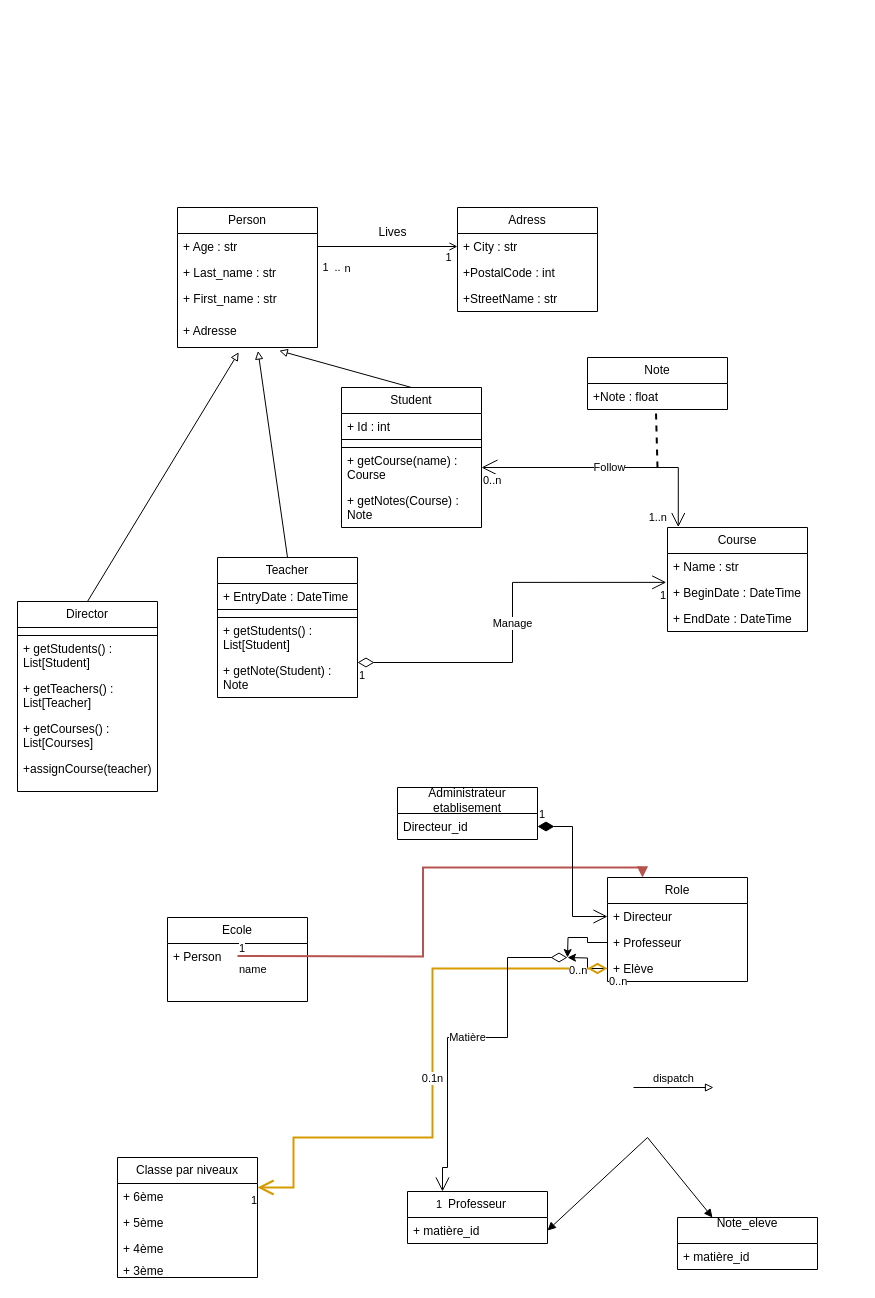
The draw.io diagram gestion_ecole.drawio in johandeschamps/gestion_ecole, before the edit. Source tidied: cells renumbered, new cells numbered last; positions are measured from the earlier drawing's top-left corner, leaving out a move shared by most shapes. Both pictures are drawn from the tidied source at 100%, with x=0, y=0 at pixel (17, 207).
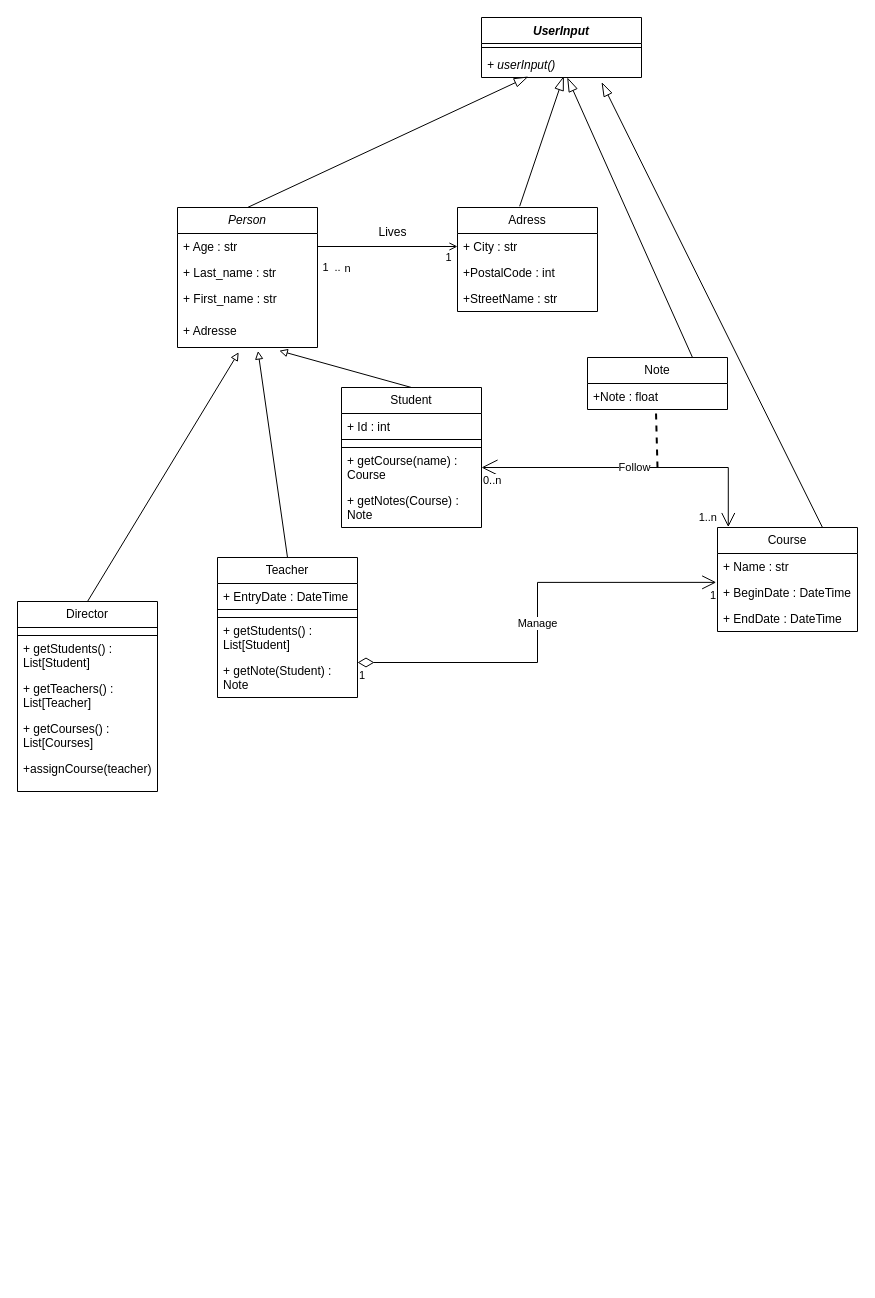
Above is the later version.

Unchanged cells that the change refers to:
```xml
<mxCell id="38" value="&lt;span style=&quot;text-align: left;&quot;&gt;Adress&lt;/span&gt;" style="swimlane;fontStyle=0;horizontal=1;startSize=26;fillColor=none;whiteSpace=wrap;html=1;" parent="1" vertex="1">
  <mxGeometry x="440" width="140" height="104" as="geometry" />
</mxCell>
<mxCell id="71" value="Note" style="swimlane;fontStyle=0;horizontal=1;startSize=26;fillColor=none;whiteSpace=wrap;html=1;" parent="1" vertex="1">
  <mxGeometry x="570" y="150" width="140" height="52" as="geometry" />
</mxCell>
```

What changed in the source:
```diff
@@
-    <mxCell id="2" value="Ecole" style="swimlane;fontStyle=0;horizontal=1;startSize=26;fillColor=none;whiteSpace=wrap;html=1;" parent="1" vertex="1">
-      <mxGeometry x="150" y="710" width="140" height="84" as="geometry" />
-    </mxCell>
-    <mxCell id="3" value="+ Person" style="text;strokeColor=none;fillColor=none;align=left;verticalAlign=top;spacingLeft=4;spacingRight=4;overflow=hidden;whiteSpace=wrap;html=1;" parent="2" vertex="1">
-      <mxGeometry y="26" width="140" height="26" as="geometry" />
-    </mxCell>
-    <mxCell id="4" value="name" style="endArrow=block;endFill=1;html=1;edgeStyle=orthogonalEdgeStyle;align=left;verticalAlign=top;rounded=0;entryX=0.25;entryY=0;entryDx=0;entryDy=0;fillColor=#f8cecc;strokeColor=#b85450;strokeWidth=2;" parent="2" edge="1" target="12">
-      <mxGeometry x="-1" relative="1" as="geometry">
-        <mxPoint x="70" y="38.5" as="sourcePoint" />
-      </mxGeometry>
-    </mxCell>
-    <mxCell id="5" value="1" style="edgeLabel;html=1;align=left;verticalAlign=bottom;" parent="4" vertex="1">
-      <mxGeometry x="-1" relative="1" as="geometry" />
-    </mxCell>
-    <mxCell id="6" value="&lt;div&gt;&lt;div&gt;&lt;br&gt;&lt;/div&gt;&lt;/div&gt;" style="text;strokeColor=none;fillColor=none;align=left;verticalAlign=top;spacingLeft=4;spacingRight=4;overflow=hidden;whiteSpace=wrap;html=1;" parent="2" vertex="1">
-      <mxGeometry y="52" width="140" height="32" as="geometry" />
-    </mxCell>
-    <mxCell id="7" value="Classe par niveaux" style="swimlane;fontStyle=0;horizontal=1;startSize=26;fillColor=none;whiteSpace=wrap;html=1;" parent="1" vertex="1">
-      <mxGeometry x="100" y="950" width="140" height="120" as="geometry" />
-    </mxCell>
-    <mxCell id="8" value="+ 6ème" style="text;strokeColor=none;fillColor=none;align=left;verticalAlign=top;spacingLeft=4;spacingRight=4;overflow=hidden;whiteSpace=wrap;html=1;" parent="7" vertex="1">
-      <mxGeometry y="26" width="140" height="26" as="geometry" />
-    </mxCell>
-    <mxCell id="9" value="+ 5ème" style="text;strokeColor=none;fillColor=none;align=left;verticalAlign=top;spacingLeft=4;spacingRight=4;overflow=hidden;whiteSpace=wrap;html=1;" parent="7" vertex="1">
-      <mxGeometry y="52" width="140" height="26" as="geometry" />
-    </mxCell>
-    <mxCell id="10" value="+ 4ème" style="text;strokeColor=none;fillColor=none;align=left;verticalAlign=top;spacingLeft=4;spacingRight=4;overflow=hidden;whiteSpace=wrap;html=1;" parent="7" vertex="1">
-      <mxGeometry y="78" width="140" height="22" as="geometry" />
-    </mxCell>
-    <mxCell id="11" value="+ 3ème" style="text;strokeColor=none;fillColor=none;align=left;verticalAlign=top;spacingLeft=4;spacingRight=4;overflow=hidden;whiteSpace=wrap;html=1;" parent="7" vertex="1">
-      <mxGeometry y="100" width="140" height="20" as="geometry" />
-    </mxCell>
-    <mxCell id="12" value="Role" style="swimlane;fontStyle=0;horizontal=1;startSize=26;fillColor=none;whiteSpace=wrap;html=1;" parent="1" vertex="1">
-      <mxGeometry x="590" y="670" width="140" height="104" as="geometry" />
-    </mxCell>
-    <mxCell id="13" value="+ Directeur" style="text;strokeColor=none;fillColor=none;align=left;verticalAlign=top;spacingLeft=4;spacingRight=4;overflow=hidden;points=[[0,0.5],[1,0.5]];portConstraint=eastwest;whiteSpace=wrap;html=1;" parent="12" vertex="1">
-      <mxGeometry y="26" width="140" height="26" as="geometry" />
-    </mxCell>
-    <mxCell id="14" style="edgeStyle=orthogonalEdgeStyle;rounded=0;jettySize=auto;html=1;exitX=0;exitY=0.5;exitDx=0;exitDy=0;" parent="12" edge="1" source="15">
-      <mxGeometry relative="1" as="geometry">
-        <mxPoint x="-40" y="80" as="targetPoint" />
-      </mxGeometry>
-    </mxCell>
-    <mxCell id="15" value="+ Professeur" style="text;strokeColor=none;fillColor=none;align=left;verticalAlign=top;spacingLeft=4;spacingRight=4;overflow=hidden;points=[[0,0.5],[1,0.5]];portConstraint=eastwest;whiteSpace=wrap;html=1;" parent="12" vertex="1">
-      <mxGeometry y="52" width="140" height="26" as="geometry" />
-    </mxCell>
-    <mxCell id="16" style="edgeStyle=orthogonalEdgeStyle;rounded=0;jettySize=auto;html=1;exitX=0;exitY=0.5;exitDx=0;exitDy=0;" parent="12" edge="1" source="17">
-      <mxGeometry relative="1" as="geometry">
-        <mxPoint x="-40" y="80" as="targetPoint" />
-      </mxGeometry>
-    </mxCell>
-    <mxCell id="17" value="+ Elève" style="text;strokeColor=none;fillColor=none;align=left;verticalAlign=top;spacingLeft=4;spacingRight=4;overflow=hidden;points=[[0,0.5],[1,0.5]];portConstraint=eastwest;whiteSpace=wrap;html=1;" parent="12" vertex="1">
-      <mxGeometry y="78" width="140" height="26" as="geometry" />
-    </mxCell>
-    <mxCell id="18" value="0.1n" style="endArrow=open;html=1;endSize=12;startArrow=diamondThin;startSize=14;startFill=0;edgeStyle=orthogonalEdgeStyle;rounded=0;exitX=0;exitY=0.5;exitDx=0;exitDy=0;entryX=1;entryY=0.25;entryDx=0;entryDy=0;strokeWidth=2;fillColor=#ffe6cc;strokeColor=#d79b00;" parent="1" edge="1" source="17" target="7">
-      <mxGeometry relative="1" as="geometry">
-        <Array as="points">
-          <mxPoint x="415" y="761" />
-          <mxPoint x="415" y="930" />
-          <mxPoint x="276" y="930" />
-          <mxPoint x="276" y="980" />
-        </Array>
-      </mxGeometry>
-    </mxCell>
-    <mxCell id="19" value="0..n" style="edgeLabel;html=1;align=left;verticalAlign=top;" parent="18" vertex="1">
-      <mxGeometry x="-1" relative="1" as="geometry" />
-    </mxCell>
-    <mxCell id="20" value="1" style="edgeLabel;html=1;align=right;verticalAlign=top;" parent="18" vertex="1">
-      <mxGeometry x="1" relative="1" as="geometry" />
-    </mxCell>
-    <mxCell id="21" value="Note_eleve&lt;div&gt;&lt;br&gt;&lt;/div&gt;" style="swimlane;fontStyle=0;horizontal=1;startSize=26;fillColor=none;whiteSpace=wrap;html=1;" parent="1" vertex="1">
-      <mxGeometry x="660" y="1010" width="140" height="52" as="geometry" />
-    </mxCell>
-    <mxCell id="22" value="+ matière_id" style="text;strokeColor=none;fillColor=none;align=left;verticalAlign=top;spacingLeft=4;spacingRight=4;overflow=hidden;whiteSpace=wrap;html=1;" parent="21" vertex="1">
-      <mxGeometry y="26" width="140" height="26" as="geometry" />
-    </mxCell>
-    <mxCell id="23" style="endArrow=block;startArrow=block;endFill=1;startFill=1;html=1;rounded=0;entryX=0.25;entryY=0;entryDx=0;entryDy=0;exitX=1;exitY=0.5;exitDx=0;exitDy=0;" parent="1" edge="1" source="25" target="21">
-      <mxGeometry relative="1" as="geometry">
-        <Array as="points">
-          <mxPoint x="630" y="930" />
-        </Array>
-      </mxGeometry>
-    </mxCell>
-    <mxCell id="24" value="Professeur" style="swimlane;fontStyle=0;horizontal=1;startSize=26;fillColor=none;whiteSpace=wrap;html=1;" parent="1" vertex="1">
-      <mxGeometry x="390" y="984" width="140" height="52" as="geometry" />
-    </mxCell>
-    <mxCell id="25" value="+ matière_id" style="text;strokeColor=none;fillColor=none;align=left;verticalAlign=top;spacingLeft=4;spacingRight=4;overflow=hidden;points=[[0,0.5],[1,0.5]];portConstraint=eastwest;whiteSpace=wrap;html=1;" parent="24" vertex="1">
-      <mxGeometry y="26" width="140" height="26" as="geometry" />
-    </mxCell>
-    <mxCell id="26" value="Matière" style="endArrow=open;html=1;endSize=12;startArrow=diamondThin;startSize=14;startFill=0;edgeStyle=orthogonalEdgeStyle;rounded=0;exitX=0;exitY=0.5;exitDx=0;exitDy=0;entryX=0.25;entryY=0;entryDx=0;entryDy=0;" parent="1" edge="1" target="24">
-      <mxGeometry relative="1" as="geometry">
-        <mxPoint x="550" y="750" as="sourcePoint" />
-        <Array as="points">
-          <mxPoint x="490" y="750" />
-          <mxPoint x="490" y="830" />
-          <mxPoint x="430" y="830" />
-          <mxPoint x="430" y="960" />
-        </Array>
-      </mxGeometry>
-    </mxCell>
-    <mxCell id="27" value="0..n" style="edgeLabel;html=1;align=left;verticalAlign=top;" parent="26" vertex="1">
-      <mxGeometry x="-1" relative="1" as="geometry" />
-    </mxCell>
-    <mxCell id="28" value="1" style="edgeLabel;html=1;align=right;verticalAlign=top;" parent="26" vertex="1">
-      <mxGeometry x="1" relative="1" as="geometry" />
-    </mxCell>
-    <mxCell id="29" value="Administrateur etablisement" style="swimlane;fontStyle=0;horizontal=1;startSize=26;fillColor=none;whiteSpace=wrap;html=1;" parent="1" vertex="1">
-      <mxGeometry x="380" y="580" width="140" height="52" as="geometry" />
-    </mxCell>
-    <mxCell id="30" value="Directeur_id" style="text;strokeColor=none;fillColor=none;align=left;verticalAlign=top;spacingLeft=4;spacingRight=4;overflow=hidden;points=[[0,0.5],[1,0.5]];portConstraint=eastwest;whiteSpace=wrap;html=1;" parent="29" vertex="1">
-      <mxGeometry y="26" width="140" height="26" as="geometry" />
-    </mxCell>
-    <mxCell id="31" value="1" style="endArrow=open;html=1;endSize=12;startArrow=diamondThin;startSize=14;startFill=1;edgeStyle=orthogonalEdgeStyle;align=left;verticalAlign=bottom;rounded=0;exitX=1;exitY=0.5;exitDx=0;exitDy=0;entryX=0;entryY=0.5;entryDx=0;entryDy=0;" parent="1" edge="1" source="30" target="13">
-      <mxGeometry x="-1" y="3" relative="1" as="geometry" />
-    </mxCell>
-    <mxCell id="32" value="dispatch" style="html=1;verticalAlign=bottom;endArrow=block;curved=0;rounded=0;endFill=0;" parent="1" edge="1">
-      <mxGeometry relative="1" as="geometry">
-        <mxPoint x="616" y="880" as="sourcePoint" />
-        <mxPoint x="696" y="880" as="targetPoint" />
-      </mxGeometry>
-    </mxCell>
-    <mxCell id="33" value="Person" style="swimlane;fontStyle=0;horizontal=1;startSize=26;fillColor=none;whiteSpace=wrap;html=1;" parent="1" vertex="1">
+    <mxCell id="33" value="&lt;i&gt;Person&lt;/i&gt;" style="swimlane;fontStyle=0;horizontal=1;startSize=26;fillColor=none;whiteSpace=wrap;html=1;" parent="1" vertex="1">
       <mxGeometry x="160" width="140" height="140" as="geometry" />
     </mxCell>
@@
     <mxCell id="67" value="Course" style="swimlane;fontStyle=0;horizontal=1;startSize=26;fillColor=none;whiteSpace=wrap;html=1;" parent="1" vertex="1">
-      <mxGeometry x="650" y="320" width="140" height="104" as="geometry" />
+      <mxGeometry x="700" y="320" width="140" height="104" as="geometry" />
     </mxCell>
@@
+    <mxCell id="80" value="&lt;i&gt;UserInput&lt;/i&gt;" style="swimlane;fontStyle=1;align=center;verticalAlign=top;horizontal=1;startSize=26;whiteSpace=wrap;html=1;" parent="1" vertex="1">
+      <mxGeometry x="464" y="-190" width="160" height="60" as="geometry" />
+    </mxCell>
+    <mxCell id="81" style="line;strokeWidth=1;fillColor=none;align=left;verticalAlign=middle;spacingTop=-1;spacingLeft=3;spacingRight=3;labelPosition=right;strokeColor=inherit;" parent="80" vertex="1">
+      <mxGeometry y="26" width="160" height="8" as="geometry" />
+    </mxCell>
+    <mxCell id="82" value="&lt;i&gt;+ userInput()&lt;/i&gt;" style="text;strokeColor=none;fillColor=none;align=left;verticalAlign=top;spacingLeft=4;spacingRight=4;overflow=hidden;points=[[0,0.5],[1,0.5]];portConstraint=eastwest;whiteSpace=wrap;html=1;" parent="80" vertex="1">
+      <mxGeometry y="34" width="160" height="26" as="geometry" />
+    </mxCell>
+    <mxCell id="83" style="endArrow=blockThin;endFill=0;endSize=12;html=1;rounded=0;exitX=0.5;exitY=0;exitDx=0;exitDy=0;entryX=0.292;entryY=0.968;entryDx=0;entryDy=0;entryPerimeter=0;" parent="1" edge="1" source="33" target="82">
+      <mxGeometry relative="1" as="geometry" />
+    </mxCell>
+    <mxCell id="84" style="endArrow=blockThin;endFill=0;endSize=12;html=1;rounded=0;exitX=0.444;exitY=-0.012;exitDx=0;exitDy=0;entryX=0.514;entryY=0.95;entryDx=0;entryDy=0;entryPerimeter=0;exitPerimeter=0;" parent="1" edge="1" source="38" target="82">
+      <mxGeometry relative="1" as="geometry" />
+    </mxCell>
+    <mxCell id="85" style="endArrow=blockThin;endFill=0;endSize=12;html=1;rounded=0;exitX=0.75;exitY=0;exitDx=0;exitDy=0;" parent="1" edge="1" source="71" target="82">
+      <mxGeometry relative="1" as="geometry" />
+    </mxCell>
+    <mxCell id="86" style="endArrow=blockThin;endFill=0;endSize=12;html=1;rounded=0;exitX=0.75;exitY=0;exitDx=0;exitDy=0;entryX=0.751;entryY=1.181;entryDx=0;entryDy=0;entryPerimeter=0;" parent="1" edge="1" source="67" target="82">
+      <mxGeometry relative="1" as="geometry" />
+    </mxCell>
```
